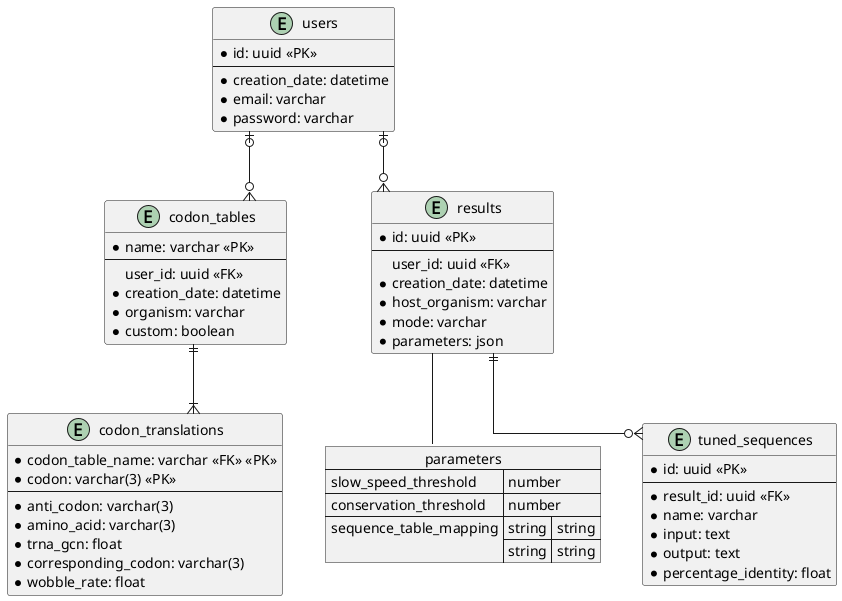
The PlantUML diagram db_schema.png in tbonnabaud/expressinhost_web, before a commit.
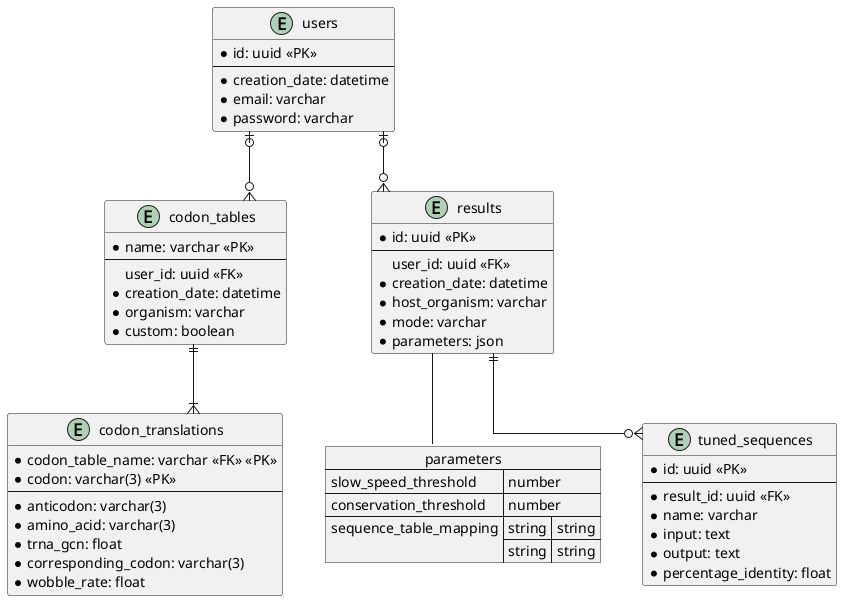
Above is the later version.

Commit message:
Rename anti_codon to anticodon

Diff of the diagram source:
```diff
@@ -22,7 +22,7 @@
     * codon_table_name: varchar <<FK>> <<PK>>
     * codon: varchar(3) <<PK>>
     --
-    * anti_codon: varchar(3)
+    * anticodon: varchar(3)
     * amino_acid: varchar(3)
     * trna_gcn: float
     * corresponding_codon: varchar(3)
```
